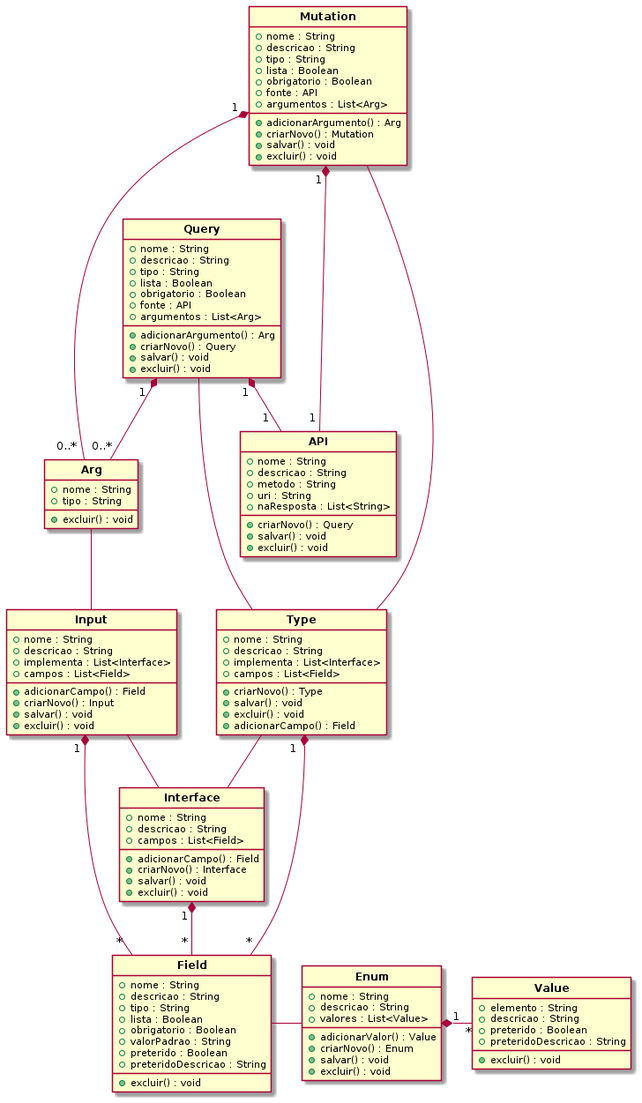
Above: Artefatos/Diagramas/classes.png in ICEI-PUC-Minas-PPLES-TI/plf-es-2022-1-tcci-5308100-dev-marlon-silva (PlantUML), before the change.
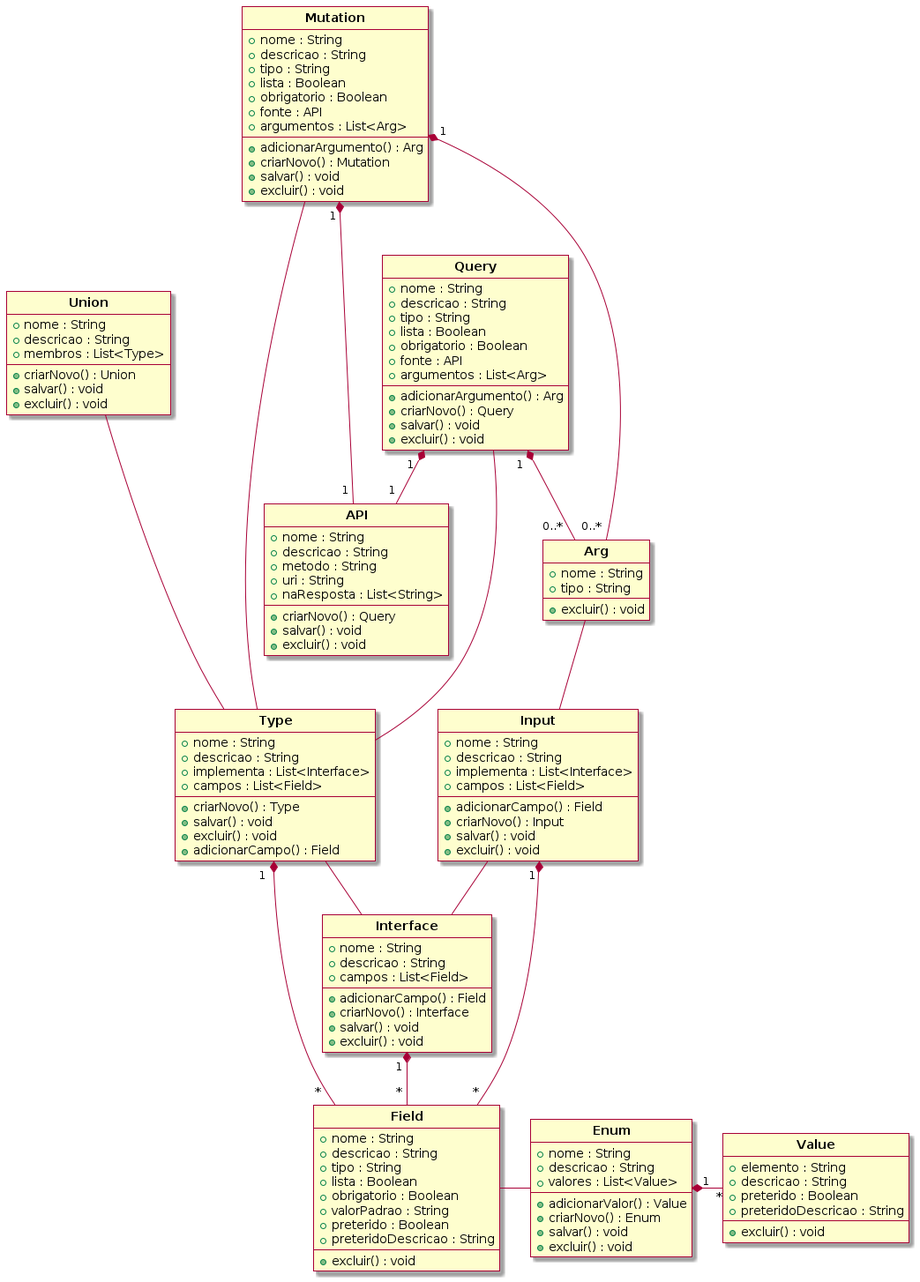
After the change.

The edit, as a diff of the source:
```diff
@@ -1,6 +1,6 @@
-@startuml
+@startuml classes
+skin rose
 hide circle
-
 
 class "<b>Field</b>" as Field {
     + nome : String
@@ -46,6 +46,16 @@
 
     + adicionarCampo() : Field
     + criarNovo() : Interface
+    + salvar() : void
+    + excluir() : void
+}
+
+class "<b>Union</b>" as Union {
+    + nome : String
+    + descricao : String
+    + membros : List<Type>
+
+    + criarNovo() : Union
     + salvar() : void
     + excluir() : void
 }
@@ -124,17 +134,19 @@
 Arg     --  Input
 Field   -   Enum
 
-Type        " 1  "  *--     " * "       Field
+Type        " 1  "  *--     " *  "      Field
 Input       " 1 "   *--     " * "       Field
 Interface   "1 "    *--     " * "       Field
 Enum        " 1 "   *-     "     *"     Value
 
-Query       " 1  "  *--     " 0..*"     Arg
-Query       " 1 "   *--     " 1  "      API
+Query       " 1  "  *--     " 0..*  "   Arg
+Query       " 1  "  *--     " 1 "       API
 Query               --                  Type
 
 Mutation    " 1 "   *---    " 0..* "    Arg
 Mutation    " 1 "   *--     " 1 "       API
 Mutation            --                  Type
 
+Union               ---                 Type
+
 @enduml
```
